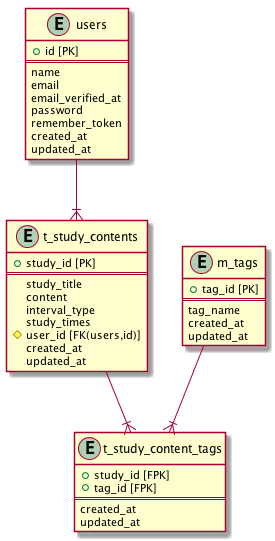
This is out/ERdiagram/erdiagram.png from Mentalist-Group/premind, a PlantUML export, as it was before one commit.
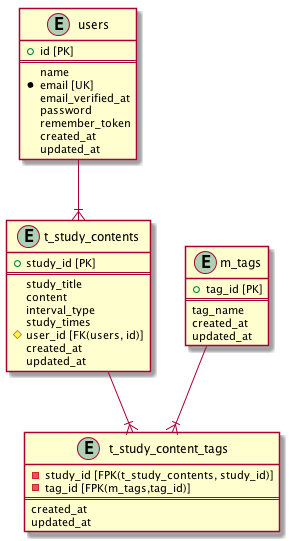
After the change.

Change to the diagram source:
```diff
@@ -3,7 +3,7 @@
     + id [PK]
     ==
     name
-    email
+    * email [UK]
     email_verified_at
     password
     remember_token
@@ -26,14 +26,14 @@
     content
     interval_type
     study_times
-    # user_id [FK(users,id)]
+    # user_id [FK(users, id)]
     created_at
     updated_at
 }
 
 entity "t_study_content_tags" {
-    + study_id [FPK]
-    + tag_id [FPK]
+    - study_id [FPK(t_study_contents, study_id)]
+    - tag_id [FPK(m_tags,tag_id)]
     ==
     created_at
     updated_at
```
